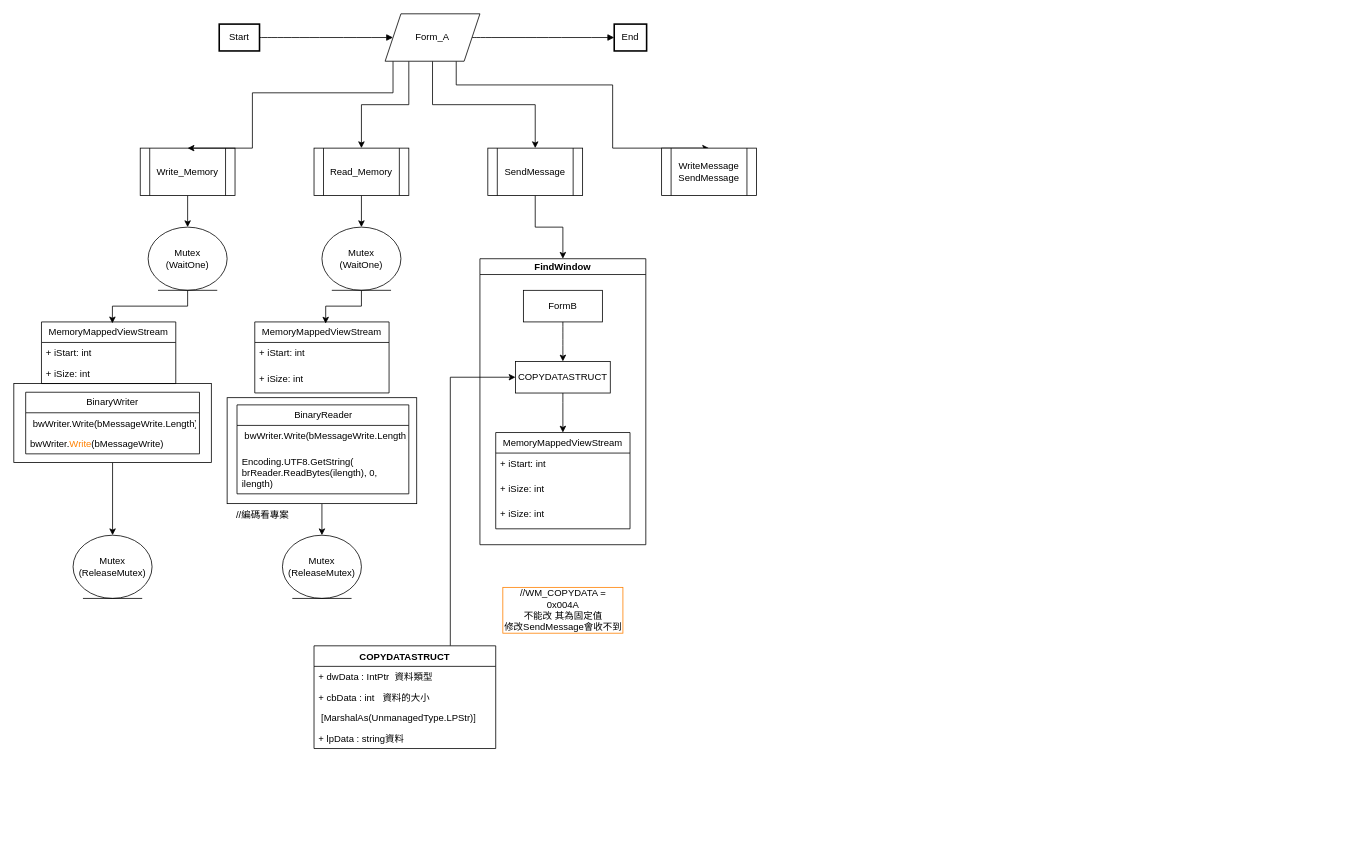
Above: ShareMemoryTest/SandMessage示例.drawio in FrostLotus/Project (draw.io), before the change. Source tidied: cells renumbered, new cells numbered last; positions are measured from the earlier drawing's top-left corner, leaving out a move shared by most shapes. Both pictures are drawn from the tidied source at 79%, with x=0, y=0 at pixel (13, 13).
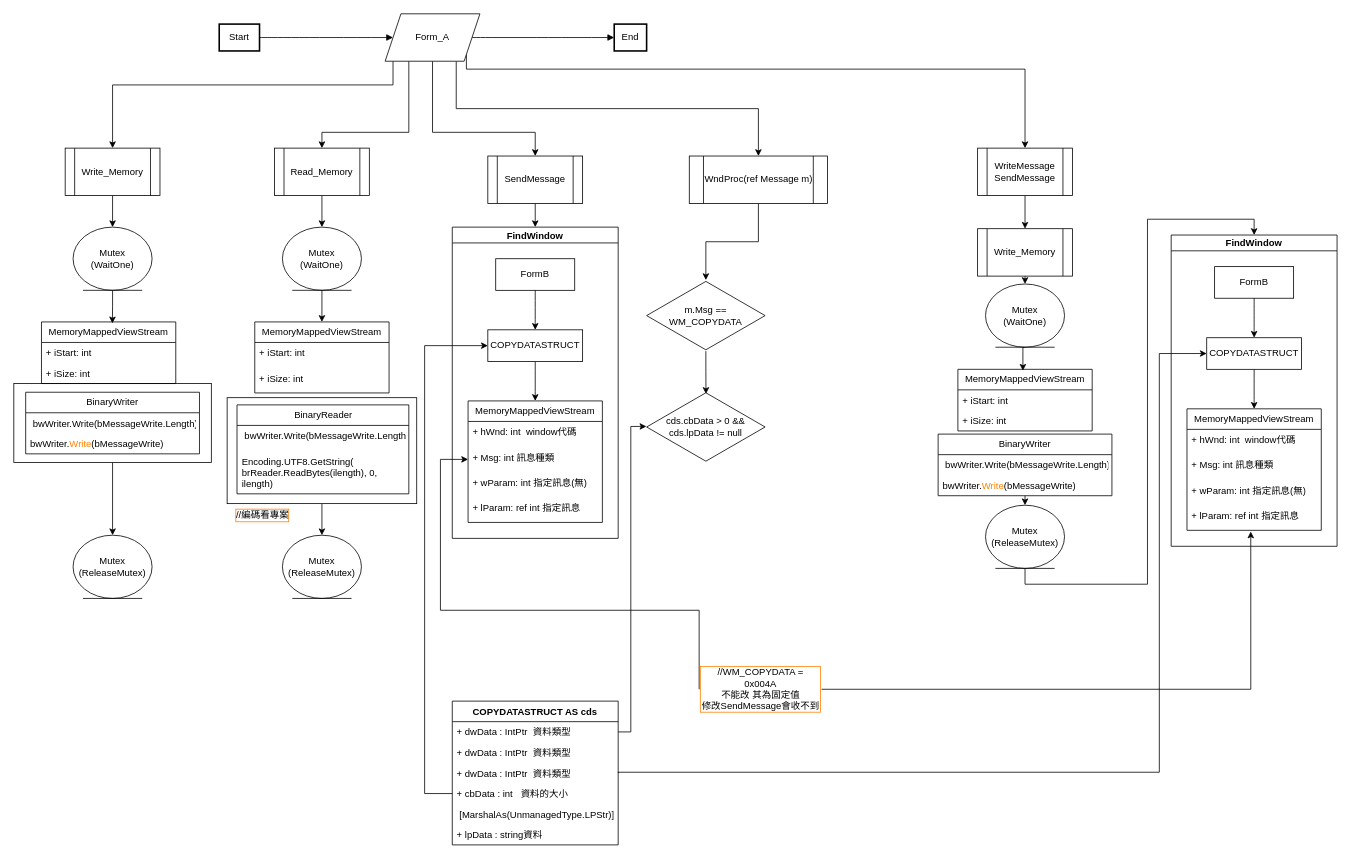
The same diagram, later.

Unchanged cells that the change refers to:
```xml
<mxCell id="12" value="Form_A" style="shape=parallelogram;perimeter=parallelogramPerimeter;whiteSpace=wrap;html=1;fixedSize=1;" parent="1" vertex="1">
  <mxGeometry x="470" width="120" height="60" as="geometry" />
</mxCell>
<mxCell id="42" value="MemoryMappedViewStream" style="swimlane;fontStyle=0;horizontal=1;startSize=26;fillColor=none;whiteSpace=wrap;html=1;" parent="40" vertex="1">
  <mxGeometry x="35" width="170" height="89.9" as="geometry" />
</mxCell>
<mxCell id="52" value="COPYDATASTRUCT" style="whiteSpace=wrap;html=1;" parent="49" vertex="1">
  <mxGeometry x="45" y="130" width="120" height="40" as="geometry" />
</mxCell>
```

What changed in the source:
```diff
@@
     <mxCell id="7" value="Write_Memory" style="shape=process;whiteSpace=wrap;html=1;backgroundOutline=1;" parent="1" vertex="1">
-      <mxGeometry x="160" y="170" width="120" height="60" as="geometry" />
+      <mxGeometry x="65" y="170" width="120" height="60" as="geometry" />
     </mxCell>
     <mxCell id="8" style="edgeStyle=orthogonalEdgeStyle;rounded=0;jettySize=auto;html=1;entryX=0.5;entryY=0;entryDx=0;entryDy=0;" parent="1" edge="1" source="12" target="7">
       <mxGeometry relative="1" as="geometry">
         <Array as="points">
-          <mxPoint x="480" y="100" />
-          <mxPoint x="302" y="100" />
+          <mxPoint x="480" y="90" />
+          <mxPoint x="125" y="90" />
         </Array>
       </mxGeometry>
     </mxCell>
     <mxCell id="9" style="edgeStyle=orthogonalEdgeStyle;rounded=0;jettySize=auto;html=1;exitX=0.25;exitY=1;exitDx=0;exitDy=0;entryX=0.5;entryY=0;entryDx=0;entryDy=0;" parent="1" edge="1" source="12" target="14">
-      <mxGeometry relative="1" as="geometry" />
+      <mxGeometry relative="1" as="geometry">
+        <Array as="points">
+          <mxPoint x="500" y="150" />
+          <mxPoint x="390" y="150" />
+        </Array>
+      </mxGeometry>
     </mxCell>
+    <mxCell id="11" style="edgeStyle=orthogonalEdgeStyle;rounded=0;jettySize=auto;html=1;exitX=1;exitY=1;exitDx=0;exitDy=0;entryX=0.5;entryY=0;entryDx=0;entryDy=0;" parent="1" edge="1" source="12" target="17">
+      <mxGeometry relative="1" as="geometry">
+        <Array as="points">
+          <mxPoint x="573" y="70" />
+          <mxPoint x="1280" y="70" />
+        </Array>
+      </mxGeometry>
+    </mxCell>
-    <mxCell id="10" style="edgeStyle=orthogonalEdgeStyle;rounded=0;jettySize=auto;html=1;exitX=0.5;exitY=1;exitDx=0;exitDy=0;entryX=0.5;entryY=0;entryDx=0;entryDy=0;" parent="1" edge="1" source="12" target="16">
+    <mxCell id="10" style="edgeStyle=orthogonalEdgeStyle;rounded=0;jettySize=auto;html=1;exitX=0.75;exitY=1;exitDx=0;exitDy=0;" parent="1" edge="1" source="12" target="16">
       <mxGeometry relative="1" as="geometry" />
     </mxCell>
-    <mxCell id="11" style="edgeStyle=orthogonalEdgeStyle;rounded=0;jettySize=auto;html=1;exitX=0.75;exitY=1;exitDx=0;exitDy=0;entryX=0.5;entryY=0;entryDx=0;entryDy=0;" parent="1" edge="1" source="12" target="17">
-      <mxGeometry relative="1" as="geometry">
-        <Array as="points">
-          <mxPoint x="560" y="90" />
-          <mxPoint x="758" y="90" />
-        </Array>
-      </mxGeometry>
-    </mxCell>
+    <mxCell id="59" style="edgeStyle=orthogonalEdgeStyle;rounded=0;jettySize=auto;html=1;exitX=0.5;exitY=1;exitDx=0;exitDy=0;" parent="1" edge="1" source="12" target="86">
+      <mxGeometry relative="1" as="geometry">
+        <Array as="points">
+          <mxPoint x="530" y="150" />
+          <mxPoint x="660" y="150" />
+        </Array>
+      </mxGeometry>
+    </mxCell>
@@
     <mxCell id="14" value="Read_Memory" style="shape=process;whiteSpace=wrap;html=1;backgroundOutline=1;" parent="1" vertex="1">
-      <mxGeometry x="380" y="170" width="120" height="60" as="geometry" />
+      <mxGeometry x="330" y="170" width="120" height="60" as="geometry" />
     </mxCell>
-    <mxCell id="15" style="edgeStyle=orthogonalEdgeStyle;rounded=0;jettySize=auto;html=1;exitX=0.5;exitY=1;exitDx=0;exitDy=0;entryX=0.5;entryY=0;entryDx=0;entryDy=0;" parent="1" edge="1" source="16" target="49">
-      <mxGeometry relative="1" as="geometry" />
-    </mxCell>
+    <mxCell id="60" style="edgeStyle=orthogonalEdgeStyle;rounded=0;jettySize=auto;html=1;exitX=0.5;exitY=1;exitDx=0;exitDy=0;" parent="1" edge="1" source="16" target="88">
+      <mxGeometry relative="1" as="geometry" />
+    </mxCell>
-    <mxCell id="16" value="SendMessage" style="shape=process;whiteSpace=wrap;html=1;backgroundOutline=1;" parent="1" vertex="1">
-      <mxGeometry x="600" y="170" width="120" height="60" as="geometry" />
+    <mxCell id="16" value="WndProc(ref Message m)" style="shape=process;whiteSpace=wrap;html=1;backgroundOutline=1;" parent="1" vertex="1">
+      <mxGeometry x="855" y="180" width="175" height="60" as="geometry" />
     </mxCell>
+    <mxCell id="61" style="edgeStyle=orthogonalEdgeStyle;rounded=0;jettySize=auto;html=1;exitX=0.5;exitY=1;exitDx=0;exitDy=0;" parent="1" edge="1" source="17" target="68">
+      <mxGeometry relative="1" as="geometry" />
+    </mxCell>
     <mxCell id="17" value="WriteMessage&lt;br&gt;SendMessage" style="shape=process;whiteSpace=wrap;html=1;backgroundOutline=1;" parent="1" vertex="1">
-      <mxGeometry x="820" y="170" width="120" height="60" as="geometry" />
+      <mxGeometry x="1220" y="170" width="120" height="60" as="geometry" />
     </mxCell>
@@
     <mxCell id="20" value="Mutex&lt;br&gt;(WaitOne)" style="ellipse;shape=umlEntity;whiteSpace=wrap;html=1;" parent="1" vertex="1">
-      <mxGeometry x="170" y="270" width="100" height="80" as="geometry" />
+      <mxGeometry x="75" y="270" width="100" height="80" as="geometry" />
     </mxCell>
@@
-    <mxCell id="22" style="edgeStyle=orthogonalEdgeStyle;rounded=0;jettySize=auto;html=1;exitX=0.75;exitY=0;exitDx=0;exitDy=0;entryX=0;entryY=0.5;entryDx=0;entryDy=0;" parent="1" edge="1" source="23" target="52">
-      <mxGeometry relative="1" as="geometry" />
+    <mxCell id="22" style="edgeStyle=orthogonalEdgeStyle;rounded=0;jettySize=auto;html=1;exitX=0;exitY=0.5;exitDx=0;exitDy=0;entryX=0;entryY=0.5;entryDx=0;entryDy=0;" parent="1" edge="1" source="25" target="52">
+      <mxGeometry relative="1" as="geometry">
+        <Array as="points">
+          <mxPoint x="520" y="987" />
+          <mxPoint x="520" y="420" />
+        </Array>
+      </mxGeometry>
     </mxCell>
-    <mxCell id="23" value="COPYDATASTRUCT" style="swimlane;fontStyle=1;align=center;verticalAlign=top;horizontal=1;startSize=26;whiteSpace=wrap;html=1;" parent="1" vertex="1">
-      <mxGeometry x="380" y="800" width="230" height="130" as="geometry" />
+    <mxCell id="23" value="COPYDATASTRUCT AS cds" style="swimlane;fontStyle=1;align=center;verticalAlign=top;horizontal=1;startSize=26;whiteSpace=wrap;html=1;" parent="1" vertex="1">
+      <mxGeometry x="555" y="870" width="210" height="182" as="geometry" />
     </mxCell>
+    <mxCell id="62" value="+ dwData : IntPtr&amp;nbsp; 資料類型" style="text;strokeColor=none;fillColor=none;align=left;verticalAlign=top;spacingLeft=4;spacingRight=4;overflow=hidden;points=[[0,0.5],[1,0.5]];portConstraint=eastwest;whiteSpace=wrap;html=1;" parent="23" vertex="1">
+      <mxGeometry y="26" width="210" height="26" as="geometry" />
+    </mxCell>
+    <mxCell id="63" value="+ dwData : IntPtr&amp;nbsp; 資料類型" style="text;strokeColor=none;fillColor=none;align=left;verticalAlign=top;spacingLeft=4;spacingRight=4;overflow=hidden;whiteSpace=wrap;html=1;" parent="23" vertex="1">
+      <mxGeometry y="52" width="210" height="26" as="geometry" />
+    </mxCell>
     <mxCell id="24" value="+ dwData : IntPtr&amp;nbsp; 資料類型" style="text;strokeColor=none;fillColor=none;align=left;verticalAlign=top;spacingLeft=4;spacingRight=4;overflow=hidden;points=[[0,0.5],[1,0.5]];portConstraint=eastwest;whiteSpace=wrap;html=1;" parent="23" vertex="1">
-      <mxGeometry y="26" width="230" height="26" as="geometry" />
+      <mxGeometry y="78" width="210" height="26" as="geometry" />
     </mxCell>
     <mxCell id="25" value="+ cbData : int&amp;nbsp; &amp;nbsp;資料的大小" style="text;strokeColor=none;fillColor=none;align=left;verticalAlign=top;spacingLeft=4;spacingRight=4;overflow=hidden;points=[[0,0.5],[1,0.5]];portConstraint=eastwest;whiteSpace=wrap;html=1;" parent="23" vertex="1">
-      <mxGeometry y="52" width="230" height="26" as="geometry" />
+      <mxGeometry y="104" width="210" height="26" as="geometry" />
     </mxCell>
     <mxCell id="26" value="&amp;nbsp;[MarshalAs(UnmanagedType.LPStr)]" style="text;strokeColor=none;fillColor=none;align=left;verticalAlign=top;spacingLeft=4;spacingRight=4;overflow=hidden;whiteSpace=wrap;html=1;" parent="23" vertex="1">
-      <mxGeometry y="78" width="230" height="26" as="geometry" />
+      <mxGeometry y="130" width="210" height="26" as="geometry" />
     </mxCell>
     <mxCell id="27" value="+ lpData : string資料" style="text;strokeColor=none;fillColor=none;align=left;verticalAlign=top;spacingLeft=4;spacingRight=4;overflow=hidden;whiteSpace=wrap;html=1;" parent="23" vertex="1">
-      <mxGeometry y="104" width="230" height="26" as="geometry" />
+      <mxGeometry y="156" width="210" height="26" as="geometry" />
     </mxCell>
@@
-    <mxCell id="37" style="edgeStyle=orthogonalEdgeStyle;rounded=0;jettySize=auto;html=1;exitX=0.5;exitY=1;exitDx=0;exitDy=0;entryX=0.528;entryY=0.023;entryDx=0;entryDy=0;entryPerimeter=0;" parent="1" edge="1" source="38" target="42">
+    <mxCell id="37" style="edgeStyle=orthogonalEdgeStyle;rounded=0;jettySize=auto;html=1;exitX=0.5;exitY=1;exitDx=0;exitDy=0;entryX=0.5;entryY=0;entryDx=0;entryDy=0;" parent="1" edge="1" source="38" target="42">
       <mxGeometry relative="1" as="geometry" />
     </mxCell>
     <mxCell id="38" value="Mutex&lt;br&gt;(WaitOne)" style="ellipse;shape=umlEntity;whiteSpace=wrap;html=1;" parent="1" vertex="1">
-      <mxGeometry x="390" y="270" width="100" height="80" as="geometry" />
+      <mxGeometry x="340" y="270" width="100" height="80" as="geometry" />
     </mxCell>
@@
-    <mxCell id="48" value="//編碼看專案" style="text;html=1;strokeColor=none;fillColor=none;align=center;verticalAlign=middle;whiteSpace=wrap;rounded=0;" parent="1" vertex="1">
+    <mxCell id="48" value="//編碼看專案" style="text;html=1;strokeColor=none;fillColor=none;align=center;verticalAlign=middle;whiteSpace=wrap;rounded=0;labelBackgroundColor=none;labelBorderColor=#FF8000;" parent="1" vertex="1">
       <mxGeometry x="270" y="620" width="90" height="30" as="geometry" />
     </mxCell>
     <mxCell id="49" value="FindWindow" style="swimlane;startSize=20;horizontal=1;flowOrientation=north;interRankCellSpacing=50;containerType=tree;fontSize=12;" parent="1" vertex="1">
-      <mxGeometry x="590" y="310" width="210" height="362" as="geometry" />
+      <mxGeometry x="555" y="270" width="210" height="394" as="geometry" />
     </mxCell>
@@
     <mxCell id="54" value="MemoryMappedViewStream" style="swimlane;fontStyle=0;horizontal=1;startSize=26;fillColor=none;whiteSpace=wrap;html=1;" parent="49" vertex="1">
-      <mxGeometry x="20" y="220" width="170" height="121.9" as="geometry" />
+      <mxGeometry x="20" y="220" width="170" height="153.8" as="geometry" />
     </mxCell>
-    <mxCell id="55" value="+ iStart: int" style="text;strokeColor=none;fillColor=none;align=left;verticalAlign=top;spacingLeft=4;spacingRight=4;overflow=hidden;whiteSpace=wrap;html=1;" parent="54" vertex="1">
+    <mxCell id="55" value="+ hWnd: int&amp;nbsp; window代碼" style="text;strokeColor=none;fillColor=none;align=left;verticalAlign=top;spacingLeft=4;spacingRight=4;overflow=hidden;whiteSpace=wrap;html=1;" parent="54" vertex="1">
       <mxGeometry y="26" width="170" height="32" as="geometry" />
     </mxCell>
-    <mxCell id="56" value="+ iSize: int" style="text;strokeColor=none;fillColor=none;align=left;verticalAlign=top;spacingLeft=4;spacingRight=4;overflow=hidden;points=[[0,0.5],[1,0.5]];portConstraint=eastwest;whiteSpace=wrap;html=1;" parent="54" vertex="1">
+    <mxCell id="56" value="+ Msg: int 訊息種類" style="text;strokeColor=none;fillColor=none;align=left;verticalAlign=top;spacingLeft=4;spacingRight=4;overflow=hidden;points=[[0,0.5],[1,0.5]];portConstraint=eastwest;whiteSpace=wrap;html=1;" parent="54" vertex="1">
       <mxGeometry y="58" width="170" height="32" as="geometry" />
     </mxCell>
-    <mxCell id="57" value="+ iSize: int" style="text;strokeColor=none;fillColor=none;align=left;verticalAlign=top;spacingLeft=4;spacingRight=4;overflow=hidden;whiteSpace=wrap;html=1;" parent="54" vertex="1">
+    <mxCell id="57" value="+ wParam: int 指定訊息(無)" style="text;strokeColor=none;fillColor=none;align=left;verticalAlign=top;spacingLeft=4;spacingRight=4;overflow=hidden;whiteSpace=wrap;html=1;" parent="54" vertex="1">
       <mxGeometry y="89.9" width="170" height="32" as="geometry" />
     </mxCell>
+    <mxCell id="64" value="+ lParam: ref int 指定訊息" style="text;strokeColor=none;fillColor=none;align=left;verticalAlign=top;spacingLeft=4;spacingRight=4;overflow=hidden;whiteSpace=wrap;html=1;" parent="54" vertex="1">
+      <mxGeometry y="121.9" width="170" height="32" as="geometry" />
+    </mxCell>
+    <mxCell id="65" style="edgeStyle=orthogonalEdgeStyle;rounded=0;jettySize=auto;html=1;exitX=0;exitY=0.5;exitDx=0;exitDy=0;entryX=0;entryY=0.5;entryDx=0;entryDy=0;" parent="1" edge="1" source="58" target="56">
+      <mxGeometry relative="1" as="geometry">
+        <Array as="points">
+          <mxPoint x="867" y="755" />
+          <mxPoint x="540" y="755" />
+          <mxPoint x="540" y="564" />
+        </Array>
+      </mxGeometry>
+    </mxCell>
+    <mxCell id="66" style="edgeStyle=orthogonalEdgeStyle;rounded=0;jettySize=auto;html=1;exitX=1;exitY=0.5;exitDx=0;exitDy=0;entryX=0.475;entryY=1.044;entryDx=0;entryDy=0;entryPerimeter=0;" parent="1" edge="1" source="58" target="83">
+      <mxGeometry relative="1" as="geometry">
+        <Array as="points">
+          <mxPoint x="1566" y="855" />
+        </Array>
+      </mxGeometry>
+    </mxCell>
     <mxCell id="58" value="//WM_COPYDATA = 0x004A&lt;br&gt;不能改 其為固定值&lt;br&gt;修改SendMessage會收不到" style="text;html=1;strokeColor=none;fillColor=none;align=center;verticalAlign=middle;whiteSpace=wrap;rounded=0;labelBorderColor=#FF8000;" parent="1" vertex="1">
-      <mxGeometry x="617.5" y="710" width="155" height="90" as="geometry" />
+      <mxGeometry x="867.5" y="810" width="155" height="90" as="geometry" />
     </mxCell>
+    <mxCell id="67" style="edgeStyle=orthogonalEdgeStyle;rounded=0;jettySize=auto;html=1;exitX=0.5;exitY=1;exitDx=0;exitDy=0;entryX=0.5;entryY=0;entryDx=0;entryDy=0;" parent="1" edge="1" source="68" target="71">
+      <mxGeometry relative="1" as="geometry" />
+    </mxCell>
+    <mxCell id="68" value="Write_Memory" style="shape=process;whiteSpace=wrap;html=1;backgroundOutline=1;" parent="1" vertex="1">
+      <mxGeometry x="1220" y="272" width="120" height="60" as="geometry" />
+    </mxCell>
+    <mxCell id="69" style="edgeStyle=orthogonalEdgeStyle;rounded=0;jettySize=auto;html=1;exitX=0.5;exitY=1;exitDx=0;exitDy=0;entryX=0.5;entryY=0;entryDx=0;entryDy=0;" parent="1" edge="1" target="73">
+      <mxGeometry relative="1" as="geometry">
+        <mxPoint x="1280" y="610" as="sourcePoint" />
+      </mxGeometry>
+    </mxCell>
+    <mxCell id="70" style="edgeStyle=orthogonalEdgeStyle;rounded=0;jettySize=auto;html=1;exitX=0.5;exitY=1;exitDx=0;exitDy=0;entryX=0.528;entryY=0.023;entryDx=0;entryDy=0;entryPerimeter=0;" parent="1" edge="1" source="71">
+      <mxGeometry relative="1" as="geometry">
+        <mxPoint x="1277.3" y="451.8" as="targetPoint" />
+      </mxGeometry>
+    </mxCell>
+    <mxCell id="71" value="Mutex&lt;br&gt;(WaitOne)" style="ellipse;shape=umlEntity;whiteSpace=wrap;html=1;" parent="1" vertex="1">
+      <mxGeometry x="1230" y="342" width="100" height="80" as="geometry" />
+    </mxCell>
+    <mxCell id="72" style="edgeStyle=orthogonalEdgeStyle;rounded=0;jettySize=auto;html=1;exitX=0.5;exitY=1;exitDx=0;exitDy=0;entryX=0.5;entryY=0;entryDx=0;entryDy=0;" parent="1" edge="1" source="73" target="74">
+      <mxGeometry relative="1" as="geometry">
+        <Array as="points">
+          <mxPoint x="1280" y="722" />
+          <mxPoint x="1435" y="722" />
+          <mxPoint x="1435" y="260" />
+          <mxPoint x="1570" y="260" />
+        </Array>
+      </mxGeometry>
+    </mxCell>
+    <mxCell id="73" value="Mutex&lt;br&gt;(ReleaseMutex)" style="ellipse;shape=umlEntity;whiteSpace=wrap;html=1;" parent="1" vertex="1">
+      <mxGeometry x="1230" y="622" width="100" height="80" as="geometry" />
+    </mxCell>
+    <mxCell id="74" value="FindWindow" style="swimlane;startSize=20;horizontal=1;flowOrientation=north;interRankCellSpacing=50;containerType=tree;fontSize=12;" parent="1" vertex="1">
+      <mxGeometry x="1465" y="280" width="210" height="394" as="geometry" />
+    </mxCell>
+    <mxCell id="75" value="FormB" style="whiteSpace=wrap;html=1;" parent="74" vertex="1">
+      <mxGeometry x="55" y="40" width="100" height="40" as="geometry" />
+    </mxCell>
+    <mxCell id="76" style="edgeStyle=orthogonalEdgeStyle;rounded=0;jettySize=auto;html=1;exitX=0.5;exitY=1;exitDx=0;exitDy=0;entryX=0.5;entryY=0;entryDx=0;entryDy=0;noEdgeStyle=1;orthogonal=1;" parent="74" edge="1" source="77" target="79">
+      <mxGeometry relative="1" as="geometry">
+        <Array as="points">
+          <mxPoint x="105" y="182" />
+          <mxPoint x="105" y="208" />
+        </Array>
+      </mxGeometry>
+    </mxCell>
+    <mxCell id="77" value="COPYDATASTRUCT" style="whiteSpace=wrap;html=1;" parent="74" vertex="1">
+      <mxGeometry x="45" y="130" width="120" height="40" as="geometry" />
+    </mxCell>
+    <mxCell id="78" style="html=1;rounded=1;curved=0;sourcePerimeterSpacing=0;targetPerimeterSpacing=0;startSize=6;endSize=6;noEdgeStyle=1;orthogonal=1;" parent="74" edge="1" source="75" target="77">
+      <mxGeometry relative="1" as="geometry">
+        <Array as="points">
+          <mxPoint x="105" y="92" />
+          <mxPoint x="105" y="118" />
+        </Array>
+      </mxGeometry>
+    </mxCell>
+    <mxCell id="79" value="MemoryMappedViewStream" style="swimlane;fontStyle=0;horizontal=1;startSize=26;fillColor=none;whiteSpace=wrap;html=1;" parent="74" vertex="1">
+      <mxGeometry x="20" y="220" width="170" height="153.8" as="geometry" />
+    </mxCell>
+    <mxCell id="80" value="+ hWnd: int&amp;nbsp; window代碼" style="text;strokeColor=none;fillColor=none;align=left;verticalAlign=top;spacingLeft=4;spacingRight=4;overflow=hidden;whiteSpace=wrap;html=1;" parent="79" vertex="1">
+      <mxGeometry y="26" width="170" height="32" as="geometry" />
+    </mxCell>
+    <mxCell id="81" value="+ Msg: int 訊息種類" style="text;strokeColor=none;fillColor=none;align=left;verticalAlign=top;spacingLeft=4;spacingRight=4;overflow=hidden;whiteSpace=wrap;html=1;" parent="79" vertex="1">
+      <mxGeometry y="58" width="170" height="32" as="geometry" />
+    </mxCell>
+    <mxCell id="82" value="+ wParam: int 指定訊息(無)" style="text;strokeColor=none;fillColor=none;align=left;verticalAlign=top;spacingLeft=4;spacingRight=4;overflow=hidden;whiteSpace=wrap;html=1;" parent="79" vertex="1">
+      <mxGeometry y="89.9" width="170" height="32" as="geometry" />
+    </mxCell>
+    <mxCell id="83" value="+ lParam: ref int 指定訊息" style="text;strokeColor=none;fillColor=none;align=left;verticalAlign=top;spacingLeft=4;spacingRight=4;overflow=hidden;points=[[0,0.5],[1,0.5]];portConstraint=eastwest;whiteSpace=wrap;html=1;" parent="79" vertex="1">
+      <mxGeometry y="121.9" width="170" height="32" as="geometry" />
+    </mxCell>
+    <mxCell id="84" style="edgeStyle=orthogonalEdgeStyle;rounded=0;jettySize=auto;html=1;exitX=1;exitY=0.5;exitDx=0;exitDy=0;entryX=0;entryY=0.5;entryDx=0;entryDy=0;" parent="1" edge="1" source="24" target="77">
+      <mxGeometry relative="1" as="geometry">
+        <Array as="points">
+          <mxPoint x="765" y="960" />
+          <mxPoint x="1450" y="960" />
+          <mxPoint x="1450" y="430" />
+        </Array>
+      </mxGeometry>
+    </mxCell>
+    <mxCell id="85" style="edgeStyle=orthogonalEdgeStyle;rounded=0;jettySize=auto;html=1;exitX=0.5;exitY=1;exitDx=0;exitDy=0;entryX=0.5;entryY=0;entryDx=0;entryDy=0;" parent="1" edge="1" source="86" target="49">
+      <mxGeometry relative="1" as="geometry" />
+    </mxCell>
+    <mxCell id="86" value="SendMessage" style="shape=process;whiteSpace=wrap;html=1;backgroundOutline=1;" parent="1" vertex="1">
+      <mxGeometry x="600" y="180" width="120" height="60" as="geometry" />
+    </mxCell>
+    <mxCell id="87" style="edgeStyle=orthogonalEdgeStyle;rounded=0;jettySize=auto;html=1;entryX=0.501;entryY=0.035;entryDx=0;entryDy=0;entryPerimeter=0;" parent="1" edge="1" source="88" target="95">
+      <mxGeometry relative="1" as="geometry" />
+    </mxCell>
+    <mxCell id="88" value="m.Msg == WM_COPYDATA" style="html=1;whiteSpace=wrap;shape=isoRectangle;" parent="1" vertex="1">
+      <mxGeometry x="801" y="337" width="150" height="90" as="geometry" />
+    </mxCell>
+    <mxCell id="89" value="MemoryMappedViewStream" style="swimlane;fontStyle=0;horizontal=1;startSize=26;fillColor=none;whiteSpace=wrap;html=1;" parent="1" vertex="1">
+      <mxGeometry x="1195" y="450" width="170" height="78" as="geometry" />
+    </mxCell>
+    <mxCell id="90" value="+ iStart: int" style="text;strokeColor=none;fillColor=none;align=left;verticalAlign=top;spacingLeft=4;spacingRight=4;overflow=hidden;whiteSpace=wrap;html=1;" parent="89" vertex="1">
+      <mxGeometry y="26" width="170" height="26" as="geometry" />
+    </mxCell>
+    <mxCell id="91" value="+ iSize: int" style="text;strokeColor=none;fillColor=none;align=left;verticalAlign=top;spacingLeft=4;spacingRight=4;overflow=hidden;whiteSpace=wrap;html=1;" parent="89" vertex="1">
+      <mxGeometry y="52" width="170" height="26" as="geometry" />
+    </mxCell>
+    <mxCell id="92" value="BinaryWriter" style="swimlane;fontStyle=0;horizontal=1;startSize=26;fillColor=none;whiteSpace=wrap;html=1;" parent="1" vertex="1">
+      <mxGeometry x="1170" y="532" width="220" height="78" as="geometry" />
+    </mxCell>
+    <mxCell id="93" value="&amp;nbsp;bwWriter.Write(bMessageWrite.Length)" style="text;strokeColor=none;fillColor=none;align=left;verticalAlign=top;spacingLeft=4;spacingRight=4;overflow=hidden;whiteSpace=wrap;html=1;" parent="92" vertex="1">
+      <mxGeometry y="26" width="220" height="26" as="geometry" />
+    </mxCell>
+    <mxCell id="94" value="bwWriter.&lt;font color=&quot;#ff8000&quot;&gt;Write&lt;/font&gt;(bMessageWrite)" style="text;strokeColor=none;fillColor=none;align=left;verticalAlign=top;spacingLeft=4;spacingRight=4;overflow=hidden;whiteSpace=wrap;html=1;" parent="92" vertex="1">
+      <mxGeometry y="52" width="220" height="26" as="geometry" />
+    </mxCell>
+    <mxCell id="95" value="cds.cbData &amp;gt; 0 &amp;amp;&amp;amp; cds.lpData != null" style="html=1;whiteSpace=wrap;shape=isoRectangle;" parent="1" vertex="1">
+      <mxGeometry x="801" y="478" width="150" height="90" as="geometry" />
+    </mxCell>
+    <mxCell id="96" style="edgeStyle=orthogonalEdgeStyle;rounded=0;jettySize=auto;html=1;entryX=-0.002;entryY=0.492;entryDx=0;entryDy=0;entryPerimeter=0;" parent="1" edge="1" source="62" target="95">
+      <mxGeometry relative="1" as="geometry">
+        <Array as="points">
+          <mxPoint x="781" y="909" />
+          <mxPoint x="781" y="522" />
+        </Array>
+      </mxGeometry>
+    </mxCell>
```
